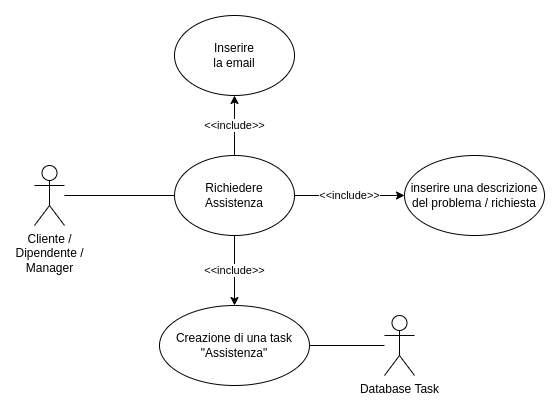
This is second-deliverable/images/assistenza_UCD.png from IS-FixMi/Documentation-Source, a draw.io export, as it was before one commit. Source tidied: cells renumbered, new cells last; positions are measured from the earlier drawing's top-left corner, leaving out a move shared by most shapes.
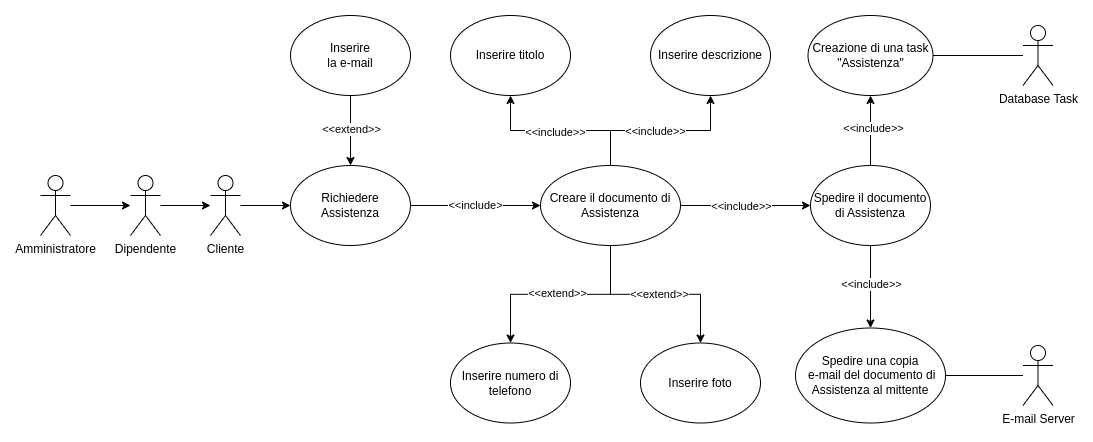
Above is the later version.

The edit, as a diff of the source:
```diff
@@ -2,38 +2,126 @@
   <root>
     <mxCell id="0" />
     <mxCell id="1" parent="0" />
-    <mxCell id="2" style="edgeStyle=orthogonalEdgeStyle;rounded=0;jettySize=auto;html=1;entryX=0;entryY=0.5;entryDx=0;entryDy=0;endArrow=none;endFill=0;" parent="1" edge="1" source="3" target="6">
+    <mxCell id="2" style="edgeStyle=orthogonalEdgeStyle;rounded=0;jettySize=auto;html=1;" parent="1" edge="1" source="3" target="6">
       <mxGeometry relative="1" as="geometry" />
     </mxCell>
-    <mxCell id="3" value="Cliente /&lt;br&gt;Dipendente /&lt;br&gt;Manager" style="shape=umlActor;verticalLabelPosition=bottom;verticalAlign=top;html=1;outlineConnect=0;" parent="1" vertex="1">
-      <mxGeometry y="150" width="30" height="60" as="geometry" />
+    <mxCell id="3" value="Cliente" style="shape=umlActor;verticalLabelPosition=bottom;verticalAlign=top;html=1;outlineConnect=0;" parent="1" vertex="1">
+      <mxGeometry x="140" y="150" width="30" height="60" as="geometry" />
     </mxCell>
-    <mxCell id="4" value="&amp;lt;&amp;lt;include&amp;gt;&amp;gt;" style="rounded=0;jettySize=auto;html=1;endArrow=classic;endFill=1;" parent="1" edge="1" source="6" target="7">
-      <mxGeometry relative="1" as="geometry" />
-    </mxCell>
-    <mxCell id="5" value="&lt;span style=&quot;color: rgb(0, 0, 0); font-family: Helvetica; font-size: 11px; font-style: normal; font-variant-ligatures: normal; font-variant-caps: normal; font-weight: 400; letter-spacing: normal; orphans: 2; text-align: center; text-indent: 0px; text-transform: none; widows: 2; word-spacing: 0px; -webkit-text-stroke-width: 0px; background-color: rgb(255, 255, 255); text-decoration-thickness: initial; text-decoration-style: initial; text-decoration-color: initial; float: none; display: inline !important;&quot;&gt;&amp;lt;&amp;lt;include&amp;gt;&amp;gt;&lt;/span&gt;" style="rounded=0;jettySize=auto;html=1;" parent="1" edge="1" source="6" target="10">
-      <mxGeometry relative="1" as="geometry" />
-    </mxCell>
     <mxCell id="6" value="Richiedere&lt;br&gt;Assistenza" style="ellipse;whiteSpace=wrap;html=1;" parent="1" vertex="1">
-      <mxGeometry x="140" y="140" width="120" height="80" as="geometry" />
+      <mxGeometry x="220" y="140" width="120" height="80" as="geometry" />
     </mxCell>
+    <mxCell id="13" style="edgeStyle=orthogonalEdgeStyle;rounded=0;jettySize=auto;html=1;" parent="1" edge="1" source="7" target="6">
+      <mxGeometry relative="1" as="geometry" />
+    </mxCell>
+    <mxCell id="14" value="&amp;lt;&amp;lt;extend&amp;gt;&amp;gt;" style="edgeLabel;html=1;align=center;verticalAlign=middle;" parent="13" vertex="1">
+      <mxGeometry x="-0.05" y="-1" relative="1" as="geometry">
+        <mxPoint x="1" as="offset" />
+      </mxGeometry>
+    </mxCell>
-    <mxCell id="7" value="Inserire&lt;br&gt;la email" style="ellipse;whiteSpace=wrap;html=1;" parent="1" vertex="1">
-      <mxGeometry x="140" width="120" height="80" as="geometry" />
+    <mxCell id="7" value="Inserire&lt;br&gt;la e-mail" style="ellipse;whiteSpace=wrap;html=1;" parent="1" vertex="1">
+      <mxGeometry x="220" y="-10" width="120" height="80" as="geometry" />
     </mxCell>
+    <mxCell id="15" style="edgeStyle=orthogonalEdgeStyle;rounded=0;jettySize=auto;html=1;entryX=0.5;entryY=1;entryDx=0;entryDy=0;" parent="1" edge="1" source="8" target="29">
+      <mxGeometry relative="1" as="geometry" />
+    </mxCell>
+    <mxCell id="16" value="&amp;lt;&amp;lt;include&amp;gt;&amp;gt;" style="edgeLabel;html=1;align=center;verticalAlign=middle;" parent="15" vertex="1">
+      <mxGeometry x="0.07" y="1" relative="1" as="geometry" />
+    </mxCell>
+    <mxCell id="17" style="edgeStyle=orthogonalEdgeStyle;rounded=0;jettySize=auto;html=1;entryX=0.5;entryY=1;entryDx=0;entryDy=0;" parent="1" edge="1" source="8" target="30">
+      <mxGeometry relative="1" as="geometry" />
+    </mxCell>
+    <mxCell id="18" value="&amp;lt;&amp;lt;include&amp;gt;&amp;gt;" style="edgeLabel;html=1;align=center;verticalAlign=middle;" parent="17" vertex="1">
+      <mxGeometry x="-0.07" relative="1" as="geometry" />
+    </mxCell>
+    <mxCell id="19" style="edgeStyle=orthogonalEdgeStyle;rounded=0;jettySize=auto;html=1;" parent="1" edge="1" source="8" target="31">
+      <mxGeometry relative="1" as="geometry" />
+    </mxCell>
+    <mxCell id="20" value="&amp;lt;&amp;lt;extend&amp;gt;&amp;gt;" style="edgeLabel;html=1;align=center;verticalAlign=middle;" parent="19" vertex="1">
+      <mxGeometry x="0.02" y="2" relative="1" as="geometry">
+        <mxPoint x="1" y="2" as="offset" />
+      </mxGeometry>
+    </mxCell>
+    <mxCell id="21" style="edgeStyle=orthogonalEdgeStyle;rounded=0;jettySize=auto;html=1;entryX=0;entryY=0.5;entryDx=0;entryDy=0;" parent="1" edge="1" source="8" target="36">
+      <mxGeometry relative="1" as="geometry" />
+    </mxCell>
+    <mxCell id="22" value="&amp;lt;&amp;lt;include&amp;gt;&amp;gt;" style="edgeLabel;html=1;align=center;verticalAlign=middle;" parent="21" vertex="1">
+      <mxGeometry x="-0.07" y="-2" relative="1" as="geometry">
+        <mxPoint y="-2" as="offset" />
+      </mxGeometry>
+    </mxCell>
+    <mxCell id="23" style="edgeStyle=orthogonalEdgeStyle;rounded=0;jettySize=auto;html=1;" parent="1" edge="1" source="8" target="38">
+      <mxGeometry relative="1" as="geometry" />
+    </mxCell>
+    <mxCell id="24" value="&amp;lt;&amp;lt;extend&amp;gt;&amp;gt;" style="edgeLabel;html=1;align=center;verticalAlign=middle;" parent="23" vertex="1">
+      <mxGeometry x="0.06" y="1" relative="1" as="geometry">
+        <mxPoint x="2" y="-2" as="offset" />
+      </mxGeometry>
+    </mxCell>
-    <mxCell id="8" value="inserire una descrizione del problema / richiesta" style="ellipse;whiteSpace=wrap;html=1;" parent="1" vertex="1">
-      <mxGeometry x="370" y="140" width="140" height="80" as="geometry" />
+    <mxCell id="8" value="Creare il documento di Assistenza" style="ellipse;whiteSpace=wrap;html=1;" parent="1" vertex="1">
+      <mxGeometry x="470" y="140" width="140" height="80" as="geometry" />
     </mxCell>
-    <mxCell id="9" value="&lt;span style=&quot;color: rgb(0, 0, 0); font-family: Helvetica; font-size: 11px; font-style: normal; font-variant-ligatures: normal; font-variant-caps: normal; font-weight: 400; letter-spacing: normal; orphans: 2; text-align: center; text-indent: 0px; text-transform: none; widows: 2; word-spacing: 0px; -webkit-text-stroke-width: 0px; background-color: rgb(255, 255, 255); text-decoration-thickness: initial; text-decoration-style: initial; text-decoration-color: initial; float: none; display: inline !important;&quot;&gt;&amp;lt;&amp;lt;include&amp;gt;&amp;gt;&lt;/span&gt;" style="rounded=0;jettySize=auto;html=1;entryX=0;entryY=0.5;entryDx=0;entryDy=0;" parent="1" edge="1" source="6" target="8">
+    <mxCell id="9" value="&lt;span style=&quot;color: rgb(0, 0, 0); font-family: Helvetica; font-size: 11px; font-style: normal; font-variant-ligatures: normal; font-variant-caps: normal; font-weight: 400; letter-spacing: normal; orphans: 2; text-align: center; text-indent: 0px; text-transform: none; widows: 2; word-spacing: 0px; -webkit-text-stroke-width: 0px; background-color: rgb(255, 255, 255); text-decoration-thickness: initial; text-decoration-style: initial; text-decoration-color: initial; float: none; display: inline !important;&quot;&gt;&amp;lt;&amp;lt;include&amp;gt;&lt;/span&gt;" style="rounded=0;jettySize=auto;html=1;entryX=0;entryY=0.5;entryDx=0;entryDy=0;" parent="1" edge="1" source="6" target="8">
       <mxGeometry relative="1" as="geometry" />
     </mxCell>
     <mxCell id="10" value="Creazione di una task &quot;Assistenza&quot;" style="ellipse;whiteSpace=wrap;html=1;" parent="1" vertex="1">
-      <mxGeometry x="125" y="290" width="150" height="80" as="geometry" />
+      <mxGeometry x="737.5" y="-10" width="125" height="80" as="geometry" />
     </mxCell>
     <mxCell id="11" style="edgeStyle=orthogonalEdgeStyle;rounded=0;jettySize=auto;html=1;entryX=1;entryY=0.5;entryDx=0;entryDy=0;endArrow=none;endFill=0;" parent="1" edge="1" source="12" target="10">
       <mxGeometry relative="1" as="geometry" />
     </mxCell>
     <mxCell id="12" value="Database Task" style="shape=umlActor;verticalLabelPosition=bottom;verticalAlign=top;html=1;outlineConnect=0;" parent="1" vertex="1">
-      <mxGeometry x="350" y="300" width="30" height="60" as="geometry" />
+      <mxGeometry x="952.5" width="30" height="60" as="geometry" />
     </mxCell>
+    <mxCell id="25" style="edgeStyle=orthogonalEdgeStyle;rounded=0;jettySize=auto;html=1;" parent="1" edge="1" source="26" target="3">
+      <mxGeometry relative="1" as="geometry" />
+    </mxCell>
+    <mxCell id="26" value="Dipendente" style="shape=umlActor;verticalLabelPosition=bottom;verticalAlign=top;html=1;outlineConnect=0;" parent="1" vertex="1">
+      <mxGeometry x="60" y="150" width="30" height="60" as="geometry" />
+    </mxCell>
+    <mxCell id="27" style="edgeStyle=orthogonalEdgeStyle;rounded=0;jettySize=auto;html=1;" parent="1" edge="1" source="28" target="26">
+      <mxGeometry relative="1" as="geometry" />
+    </mxCell>
+    <mxCell id="28" value="Amministratore" style="shape=umlActor;verticalLabelPosition=bottom;verticalAlign=top;html=1;outlineConnect=0;" parent="1" vertex="1">
+      <mxGeometry x="-30" y="150" width="30" height="60" as="geometry" />
+    </mxCell>
+    <mxCell id="29" value="Inserire titolo" style="ellipse;whiteSpace=wrap;html=1;" parent="1" vertex="1">
+      <mxGeometry x="380" y="-10" width="120" height="80" as="geometry" />
+    </mxCell>
+    <mxCell id="30" value="Inserire descrizione" style="ellipse;whiteSpace=wrap;html=1;" parent="1" vertex="1">
+      <mxGeometry x="580" y="-10" width="120" height="80" as="geometry" />
+    </mxCell>
+    <mxCell id="31" value="Inserire foto" style="ellipse;whiteSpace=wrap;html=1;" parent="1" vertex="1">
+      <mxGeometry x="570" y="317.5" width="120" height="80" as="geometry" />
+    </mxCell>
+    <mxCell id="32" style="edgeStyle=orthogonalEdgeStyle;rounded=0;jettySize=auto;html=1;" parent="1" edge="1" source="36" target="37">
+      <mxGeometry relative="1" as="geometry" />
+    </mxCell>
+    <mxCell id="33" value="&amp;lt;&amp;lt;include&amp;gt;&amp;gt;" style="edgeLabel;html=1;align=center;verticalAlign=middle;" parent="32" vertex="1">
+      <mxGeometry x="-0.09" y="-2" relative="1" as="geometry">
+        <mxPoint x="2" as="offset" />
+      </mxGeometry>
+    </mxCell>
+    <mxCell id="34" style="edgeStyle=orthogonalEdgeStyle;rounded=0;jettySize=auto;html=1;" parent="1" edge="1" source="36" target="10">
+      <mxGeometry relative="1" as="geometry" />
+    </mxCell>
+    <mxCell id="35" value="&amp;lt;&amp;lt;include&amp;gt;&amp;gt;" style="edgeLabel;html=1;align=center;verticalAlign=middle;" parent="34" vertex="1">
+      <mxGeometry x="0.08" y="-2" relative="1" as="geometry" />
+    </mxCell>
+    <mxCell id="36" value="Spedire il documento di Assistenza" style="ellipse;whiteSpace=wrap;html=1;" parent="1" vertex="1">
+      <mxGeometry x="740" y="140" width="120" height="80" as="geometry" />
+    </mxCell>
+    <mxCell id="37" value="Spedire una copia&lt;br&gt;&amp;nbsp;e-mail del documento di Assistenza al mittente" style="ellipse;whiteSpace=wrap;html=1;" parent="1" vertex="1">
+      <mxGeometry x="725" y="302.5" width="150" height="95" as="geometry" />
+    </mxCell>
+    <mxCell id="38" value="Inserire numero di telefono" style="ellipse;whiteSpace=wrap;html=1;" parent="1" vertex="1">
+      <mxGeometry x="380" y="317.5" width="120" height="80" as="geometry" />
+    </mxCell>
+    <mxCell id="39" style="edgeStyle=orthogonalEdgeStyle;rounded=0;jettySize=auto;html=1;entryX=1;entryY=0.5;entryDx=0;entryDy=0;endArrow=none;endFill=0;" parent="1" edge="1" source="40" target="37">
+      <mxGeometry relative="1" as="geometry" />
+    </mxCell>
+    <mxCell id="40" value="E-mail Server" style="shape=umlActor;verticalLabelPosition=bottom;verticalAlign=top;html=1;outlineConnect=0;" parent="1" vertex="1">
+      <mxGeometry x="952.5" y="320" width="30" height="60" as="geometry" />
+    </mxCell>
   </root>
 </mxGraphModel>
```
